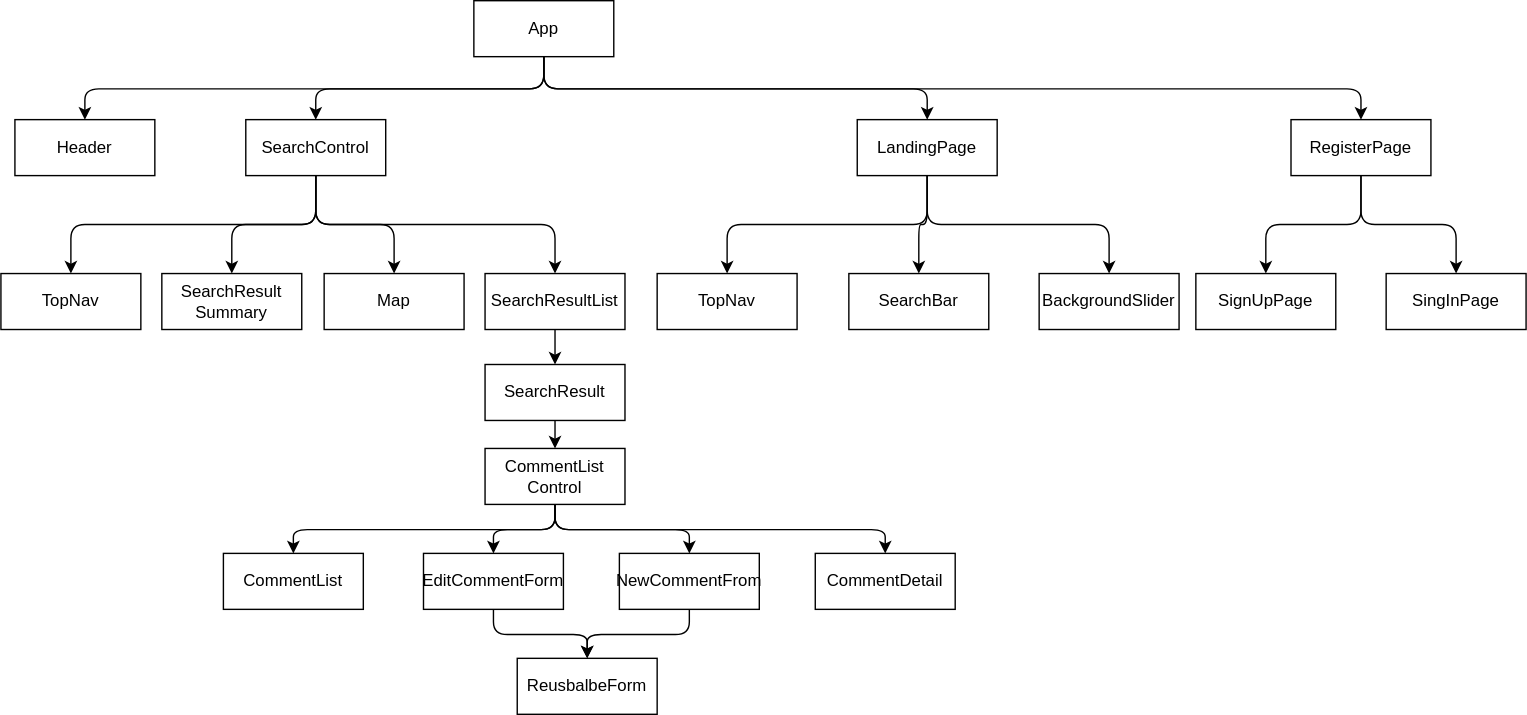
zbl14/capstone-planning-log-and-proposal keeps this draw.io diagram as diagrams/MVP Diagram.drawio.svg. Above is the earlier version. Source tidied: cells renumbered, new cells last; positions are measured from the earlier drawing's top-left corner, leaving out a move shared by most shapes.
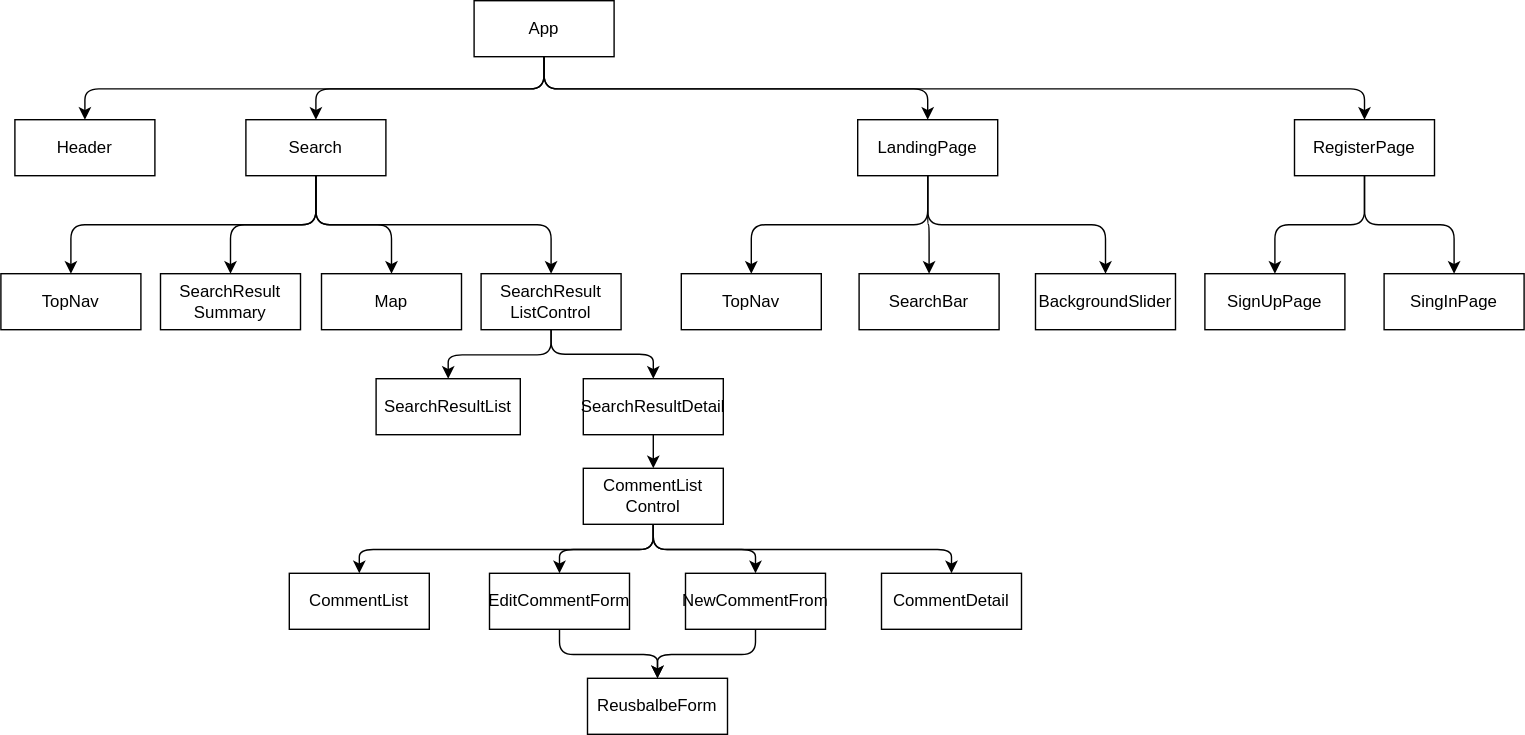
The same file after the commit.

The edit, as a diff of the source:
```diff
@@ -32,7 +32,7 @@
     <mxCell id="11" style="edgeStyle=orthogonalEdgeStyle;html=1;exitX=0.5;exitY=1;exitDx=0;exitDy=0;entryX=0.5;entryY=0;entryDx=0;entryDy=0;" parent="1" edge="1" source="12" target="43">
       <mxGeometry relative="1" as="geometry" />
     </mxCell>
-    <mxCell id="12" value="SearchControl" style="rounded=0;whiteSpace=wrap;html=1;" parent="1" vertex="1">
+    <mxCell id="12" value="Search" style="rounded=0;whiteSpace=wrap;html=1;" parent="1" vertex="1">
       <mxGeometry x="175" y="85" width="100" height="40" as="geometry" />
     </mxCell>
     <mxCell id="13" style="edgeStyle=elbowEdgeStyle;elbow=vertical;html=1;exitX=0.5;exitY=1;exitDx=0;exitDy=0;entryX=0.5;entryY=0;entryDx=0;entryDy=0;" parent="1" edge="1" source="16" target="17">
@@ -48,13 +48,13 @@
       <mxGeometry x="612" y="85" width="100" height="40" as="geometry" />
     </mxCell>
     <mxCell id="17" value="TopNav" style="rounded=0;whiteSpace=wrap;html=1;" parent="1" vertex="1">
-      <mxGeometry x="469" y="195" width="100" height="40" as="geometry" />
+      <mxGeometry x="486" y="195" width="100" height="40" as="geometry" />
     </mxCell>
     <mxCell id="18" value="SearchBar" style="rounded=0;whiteSpace=wrap;html=1;" parent="1" vertex="1">
-      <mxGeometry x="606" y="195" width="100" height="40" as="geometry" />
+      <mxGeometry x="613" y="195" width="100" height="40" as="geometry" />
     </mxCell>
     <mxCell id="19" value="BackgroundSlider" style="rounded=0;whiteSpace=wrap;html=1;" parent="1" vertex="1">
-      <mxGeometry x="742" y="195" width="100" height="40" as="geometry" />
+      <mxGeometry x="739" y="195" width="100" height="40" as="geometry" />
     </mxCell>
     <mxCell id="20" style="edgeStyle=elbowEdgeStyle;elbow=vertical;html=1;exitX=0.5;exitY=1;exitDx=0;exitDy=0;entryX=0.5;entryY=0;entryDx=0;entryDy=0;" parent="1" edge="1" source="22" target="24">
       <mxGeometry relative="1" as="geometry" />
@@ -63,32 +63,29 @@
       <mxGeometry relative="1" as="geometry" />
     </mxCell>
     <mxCell id="22" value="RegisterPage" style="rounded=0;whiteSpace=wrap;html=1;" parent="1" vertex="1">
-      <mxGeometry x="922" y="85" width="100" height="40" as="geometry" />
+      <mxGeometry x="924" y="85" width="100" height="40" as="geometry" />
     </mxCell>
     <mxCell id="23" value="SingInPage" style="rounded=0;whiteSpace=wrap;html=1;" parent="1" vertex="1">
-      <mxGeometry x="990" y="195" width="100" height="40" as="geometry" />
+      <mxGeometry x="988" y="195" width="100" height="40" as="geometry" />
     </mxCell>
     <mxCell id="24" value="SignUpPage" style="rounded=0;whiteSpace=wrap;html=1;" parent="1" vertex="1">
-      <mxGeometry x="854" y="195" width="100" height="40" as="geometry" />
+      <mxGeometry x="860" y="195" width="100" height="40" as="geometry" />
     </mxCell>
     <mxCell id="25" value="TopNav" style="rounded=0;whiteSpace=wrap;html=1;" parent="1" vertex="1">
       <mxGeometry y="195" width="100" height="40" as="geometry" />
     </mxCell>
     <mxCell id="26" value="SearchResult&lt;br&gt;Summary" style="rounded=0;html=1;fontColor=default;labelBackgroundColor=none;labelBorderColor=none;whiteSpace=wrap;" parent="1" vertex="1">
-      <mxGeometry x="115" y="195" width="100" height="40" as="geometry" />
+      <mxGeometry x="114" y="195" width="100" height="40" as="geometry" />
     </mxCell>
-    <mxCell id="27" style="edgeStyle=elbowEdgeStyle;elbow=vertical;html=1;exitX=0.5;exitY=1;exitDx=0;exitDy=0;entryX=0.5;entryY=0;entryDx=0;entryDy=0;" parent="1" edge="1" source="28" target="30">
+    <mxCell id="27" style="edgeStyle=elbowEdgeStyle;elbow=vertical;html=1;exitX=0.5;exitY=1;exitDx=0;exitDy=0;entryX=0.5;entryY=0;entryDx=0;entryDy=0;" parent="1" edge="1" source="28" target="47">
       <mxGeometry relative="1" as="geometry" />
     </mxCell>
-    <mxCell id="28" value="SearchResultList" style="rounded=0;whiteSpace=wrap;html=1;" parent="1" vertex="1">
-      <mxGeometry x="346" y="195" width="100" height="40" as="geometry" />
+    <mxCell id="28" value="SearchResult&lt;br&gt;ListControl" style="rounded=0;whiteSpace=wrap;html=1;" parent="1" vertex="1">
+      <mxGeometry x="343" y="195" width="100" height="40" as="geometry" />
     </mxCell>
-    <mxCell id="29" style="edgeStyle=elbowEdgeStyle;elbow=vertical;html=1;exitX=0.5;exitY=1;exitDx=0;exitDy=0;entryX=0.5;entryY=0;entryDx=0;entryDy=0;" parent="1" edge="1" source="30" target="35">
-      <mxGeometry relative="1" as="geometry" />
-    </mxCell>
-    <mxCell id="30" value="SearchResult" style="rounded=0;whiteSpace=wrap;html=1;" parent="1" vertex="1">
-      <mxGeometry x="346" y="260" width="100" height="40" as="geometry" />
-    </mxCell>
+    <mxCell id="44" style="edgeStyle=orthogonalEdgeStyle;html=1;exitX=0.5;exitY=1;exitDx=0;exitDy=0;entryX=0.5;entryY=0;entryDx=0;entryDy=0;" parent="1" edge="1" source="28" target="46">
+      <mxGeometry relative="1" as="geometry" />
+    </mxCell>
     <mxCell id="31" style="edgeStyle=elbowEdgeStyle;elbow=vertical;html=1;exitX=0.5;exitY=1;exitDx=0;exitDy=0;" parent="1" edge="1" source="35" target="36">
       <mxGeometry relative="1" as="geometry" />
     </mxCell>
@@ -102,31 +99,40 @@
       <mxGeometry relative="1" as="geometry" />
     </mxCell>
     <mxCell id="35" value="CommentList&lt;br&gt;Control" style="rounded=0;whiteSpace=wrap;html=1;" parent="1" vertex="1">
-      <mxGeometry x="346" y="320" width="100" height="40" as="geometry" />
+      <mxGeometry x="416" y="334" width="100" height="40" as="geometry" />
     </mxCell>
     <mxCell id="36" value="CommentList" style="rounded=0;whiteSpace=wrap;html=1;" parent="1" vertex="1">
-      <mxGeometry x="159" y="395" width="100" height="40" as="geometry" />
+      <mxGeometry x="206" y="409" width="100" height="40" as="geometry" />
     </mxCell>
     <mxCell id="37" style="edgeStyle=elbowEdgeStyle;elbow=vertical;html=1;exitX=0.5;exitY=1;exitDx=0;exitDy=0;entryX=0.5;entryY=0;entryDx=0;entryDy=0;" parent="1" edge="1" source="38" target="42">
       <mxGeometry relative="1" as="geometry" />
     </mxCell>
     <mxCell id="38" value="EditCommentForm" style="rounded=0;whiteSpace=wrap;html=1;" parent="1" vertex="1">
-      <mxGeometry x="302" y="395" width="100" height="40" as="geometry" />
+      <mxGeometry x="349" y="409" width="100" height="40" as="geometry" />
     </mxCell>
     <mxCell id="39" style="edgeStyle=elbowEdgeStyle;elbow=vertical;html=1;exitX=0.5;exitY=1;exitDx=0;exitDy=0;entryX=0.5;entryY=0;entryDx=0;entryDy=0;" parent="1" edge="1" source="40" target="42">
       <mxGeometry relative="1" as="geometry" />
     </mxCell>
     <mxCell id="40" value="NewCommentFrom" style="rounded=0;whiteSpace=wrap;html=1;" parent="1" vertex="1">
-      <mxGeometry x="442" y="395" width="100" height="40" as="geometry" />
+      <mxGeometry x="489" y="409" width="100" height="40" as="geometry" />
     </mxCell>
     <mxCell id="41" value="CommentDetail" style="rounded=0;whiteSpace=wrap;html=1;" parent="1" vertex="1">
-      <mxGeometry x="582" y="395" width="100" height="40" as="geometry" />
+      <mxGeometry x="629" y="409" width="100" height="40" as="geometry" />
     </mxCell>
     <mxCell id="42" value="ReusbalbeForm" style="rounded=0;whiteSpace=wrap;html=1;" parent="1" vertex="1">
-      <mxGeometry x="369" y="470" width="100" height="40" as="geometry" />
+      <mxGeometry x="419" y="484" width="100" height="40" as="geometry" />
     </mxCell>
     <mxCell id="43" value="Map" style="rounded=0;whiteSpace=wrap;html=1;" parent="1" vertex="1">
-      <mxGeometry x="231" y="195" width="100" height="40" as="geometry" />
+      <mxGeometry x="229" y="195" width="100" height="40" as="geometry" />
     </mxCell>
+    <mxCell id="45" style="edgeStyle=none;html=1;exitX=0.5;exitY=1;exitDx=0;exitDy=0;entryX=0.5;entryY=0;entryDx=0;entryDy=0;" parent="1" edge="1" source="46" target="35">
+      <mxGeometry relative="1" as="geometry" />
+    </mxCell>
+    <mxCell id="46" value="SearchResultDetail" style="rounded=0;whiteSpace=wrap;html=1;" parent="1" vertex="1">
+      <mxGeometry x="416" y="270" width="100" height="40" as="geometry" />
+    </mxCell>
+    <mxCell id="47" value="SearchResultList" style="rounded=0;whiteSpace=wrap;html=1;" parent="1" vertex="1">
+      <mxGeometry x="268" y="270" width="103" height="40" as="geometry" />
+    </mxCell>
   </root>
 </mxGraphModel>
```
